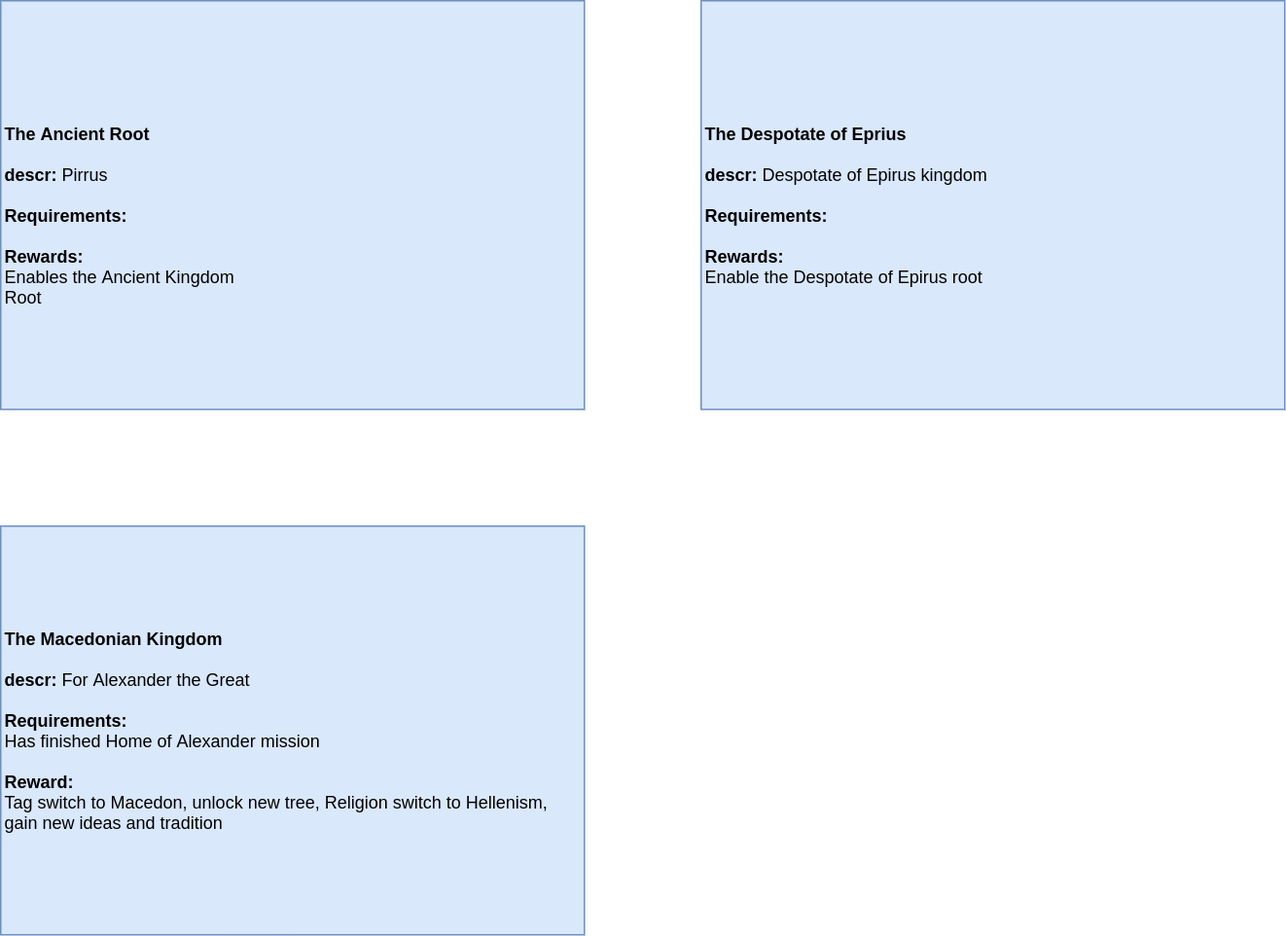
The draw.io diagram Epirus/Epirus-Decisions.png in Melvasul/Missions-Expanded, before a commit. Source tidied: cells renumbered, new cells last; positions are measured from the earlier drawing's top-left corner, leaving out a move shared by most shapes. Its diagram source:
```xml
<mxGraphModel>
  <root>
    <mxCell id="0" />
    <mxCell id="1" parent="0" />
    <mxCell id="2" value="&lt;b&gt;The Ancient Root&lt;br&gt;&lt;/b&gt;&lt;br&gt;&lt;b&gt;descr:&lt;/b&gt;&amp;nbsp;Pirrus&lt;br&gt;&lt;br&gt;&lt;b&gt;Requirements:&lt;/b&gt;&lt;br&gt;&lt;br&gt;&lt;b&gt;Rewards:&lt;/b&gt;&amp;nbsp;&lt;br&gt;Enables the Ancient Kingdom Root" style="rounded=0;whiteSpace=wrap;html=1;align=left;fillColor=#dae8fc;strokeColor=#6c8ebf;" parent="1" vertex="1">
      <mxGeometry width="400" height="280" as="geometry" />
    </mxCell>
    <mxCell id="3" value="&lt;b&gt;The Despotate of Eprius&lt;br&gt;&lt;/b&gt;&lt;br&gt;&lt;b&gt;descr:&lt;/b&gt;&amp;nbsp;Despotate of Epirus kingdom&lt;br&gt;&lt;br&gt;&lt;b&gt;Requirements:&lt;br&gt;&lt;/b&gt;&lt;br&gt;&lt;b&gt;Rewards:&lt;/b&gt;&amp;nbsp;&lt;br&gt;Enable the Despotate of Epirus root" style="rounded=0;whiteSpace=wrap;html=1;align=left;fillColor=#dae8fc;strokeColor=#6c8ebf;" parent="1" vertex="1">
      <mxGeometry x="480" width="400" height="280" as="geometry" />
    </mxCell>
    <mxCell id="4" value="&lt;b&gt;The Macedonian Kingdom&lt;/b&gt;&lt;br&gt;&lt;br&gt;&lt;b&gt;descr:&lt;/b&gt;&amp;nbsp;For Alexander the Great&lt;br&gt;&lt;br&gt;&lt;b&gt;Requirements:&lt;/b&gt;&lt;br&gt;Has finished Home of Alexander mission&lt;br&gt;&lt;br&gt;&lt;b&gt;Reward:&lt;/b&gt;&amp;nbsp;&lt;br&gt;Tag switch to Macedon, unlock new tree, Religion switch to Hellenism, gain new ideas and tradition" style="rounded=0;whiteSpace=wrap;html=1;align=left;fillColor=#dae8fc;strokeColor=#6c8ebf;" parent="1" vertex="1">
      <mxGeometry y="360" width="400" height="280" as="geometry" />
    </mxCell>
  </root>
</mxGraphModel>
```
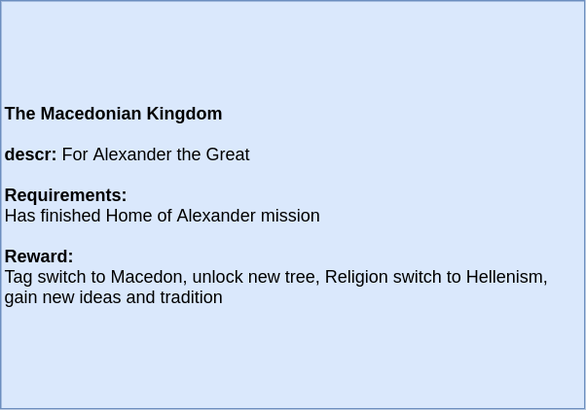
After the commit.

Diff of the diagram source:
```diff
@@ -2,12 +2,6 @@
   <root>
     <mxCell id="0" />
     <mxCell id="1" parent="0" />
-    <mxCell id="2" value="&lt;b&gt;The Ancient Root&lt;br&gt;&lt;/b&gt;&lt;br&gt;&lt;b&gt;descr:&lt;/b&gt;&amp;nbsp;Pirrus&lt;br&gt;&lt;br&gt;&lt;b&gt;Requirements:&lt;/b&gt;&lt;br&gt;&lt;br&gt;&lt;b&gt;Rewards:&lt;/b&gt;&amp;nbsp;&lt;br&gt;Enables the Ancient Kingdom Root" style="rounded=0;whiteSpace=wrap;html=1;align=left;fillColor=#dae8fc;strokeColor=#6c8ebf;" parent="1" vertex="1">
-      <mxGeometry width="400" height="280" as="geometry" />
-    </mxCell>
-    <mxCell id="3" value="&lt;b&gt;The Despotate of Eprius&lt;br&gt;&lt;/b&gt;&lt;br&gt;&lt;b&gt;descr:&lt;/b&gt;&amp;nbsp;Despotate of Epirus kingdom&lt;br&gt;&lt;br&gt;&lt;b&gt;Requirements:&lt;br&gt;&lt;/b&gt;&lt;br&gt;&lt;b&gt;Rewards:&lt;/b&gt;&amp;nbsp;&lt;br&gt;Enable the Despotate of Epirus root" style="rounded=0;whiteSpace=wrap;html=1;align=left;fillColor=#dae8fc;strokeColor=#6c8ebf;" parent="1" vertex="1">
-      <mxGeometry x="480" width="400" height="280" as="geometry" />
-    </mxCell>
     <mxCell id="4" value="&lt;b&gt;The Macedonian Kingdom&lt;/b&gt;&lt;br&gt;&lt;br&gt;&lt;b&gt;descr:&lt;/b&gt;&amp;nbsp;For Alexander the Great&lt;br&gt;&lt;br&gt;&lt;b&gt;Requirements:&lt;/b&gt;&lt;br&gt;Has finished Home of Alexander mission&lt;br&gt;&lt;br&gt;&lt;b&gt;Reward:&lt;/b&gt;&amp;nbsp;&lt;br&gt;Tag switch to Macedon, unlock new tree, Religion switch to Hellenism, gain new ideas and tradition" style="rounded=0;whiteSpace=wrap;html=1;align=left;fillColor=#dae8fc;strokeColor=#6c8ebf;" parent="1" vertex="1">
       <mxGeometry y="360" width="400" height="280" as="geometry" />
     </mxCell>
```
